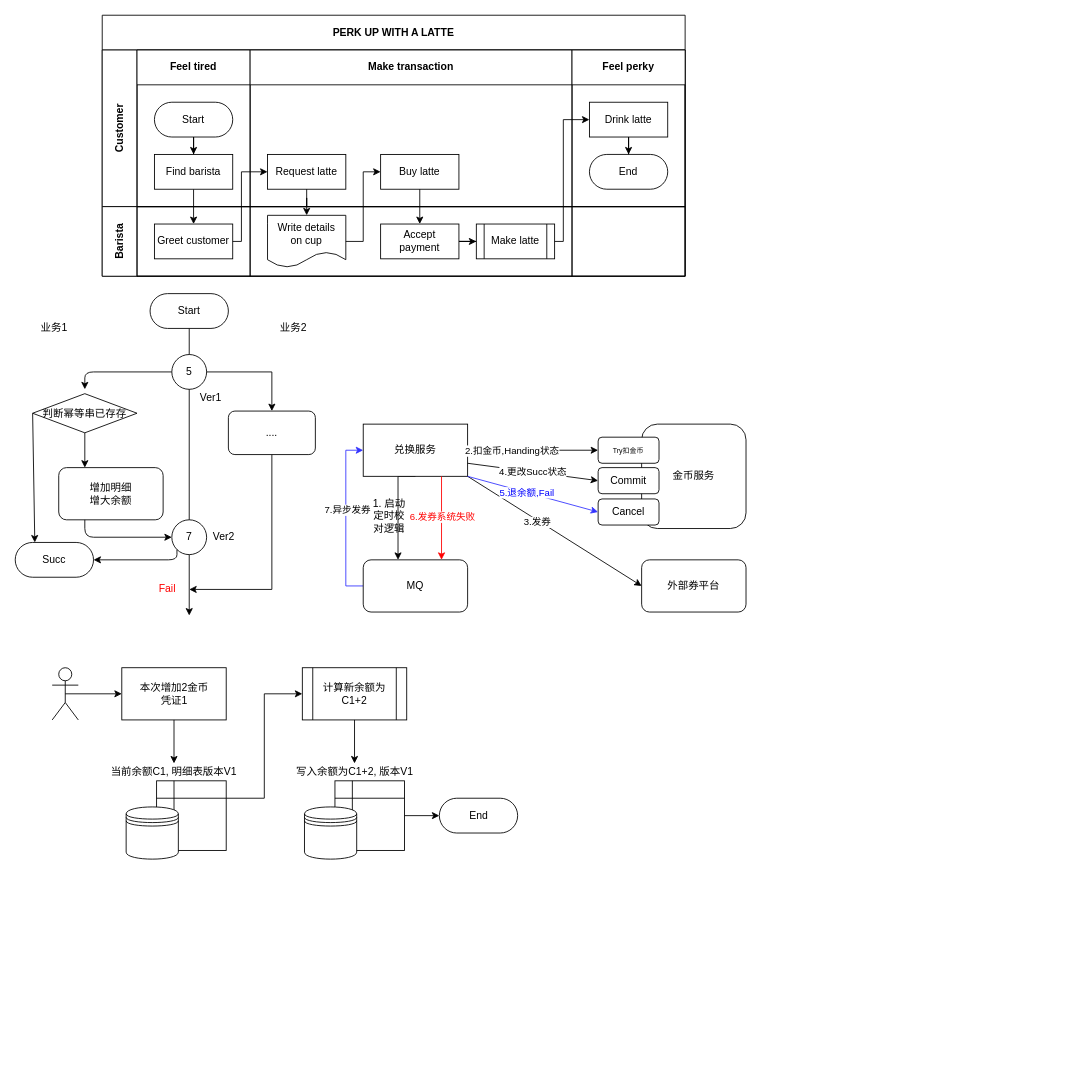
WNTDJMHH/learnNet keeps this draw.io diagram as Untitled Diagram.drawio. Above is the earlier version. Source tidied: cells renumbered, new cells numbered last; positions are measured from the earlier drawing's top-left corner, leaving out a move shared by most shapes. Both pictures are drawn from the tidied source at 87%, with x=0, y=0 at pixel (15, 15).
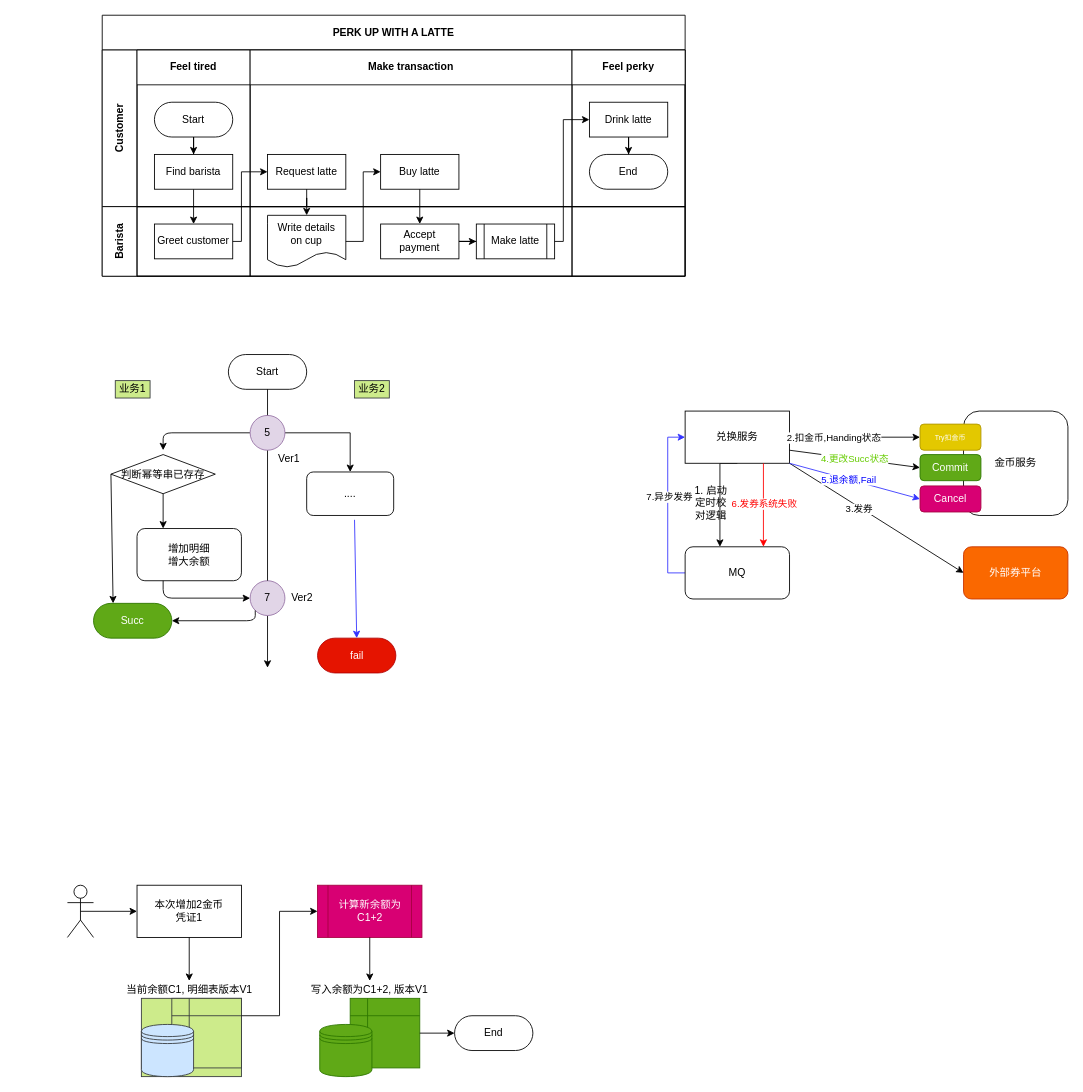
The same page after the edit.

The change refers to these unchanged cells:
```xml
<mxCell id="63" style="group;" parent="62" vertex="1">
  <mxGeometry x="40" y="20" width="115" height="90" as="geometry" />
</mxCell>
```

Diff of the diagram source:
```diff
@@
     <mxCell id="30" style="endArrow=classic;html=1;" parent="1" edge="1" source="40">
       <mxGeometry relative="1" as="geometry">
-        <mxPoint x="200" y="690" as="targetPoint" />
+        <mxPoint x="290" y="750" as="targetPoint" />
       </mxGeometry>
     </mxCell>
@@
     <mxCell id="32" value="Ver1" style="text;html=1;strokeColor=none;fillColor=none;align=center;verticalAlign=middle;whiteSpace=wrap;rounded=0;" parent="1" vertex="1">
-      <mxGeometry x="205" y="430" width="40" height="20" as="geometry" />
+      <mxGeometry x="295" y="500" width="40" height="20" as="geometry" />
     </mxCell>
     <mxCell id="33" value="Ver2" style="text;html=1;strokeColor=none;fillColor=none;align=center;verticalAlign=middle;whiteSpace=wrap;rounded=0;" parent="1" vertex="1">
-      <mxGeometry x="220" y="590" width="40" height="20" as="geometry" />
+      <mxGeometry x="310" y="660" width="40" height="20" as="geometry" />
     </mxCell>
-    <mxCell id="34" style="edgeStyle=orthogonalEdgeStyle;rounded=0;jettySize=auto;html=1;exitX=0.5;exitY=1;exitDx=0;exitDy=0;" parent="1" edge="1" source="35">
-      <mxGeometry relative="1" as="geometry">
-        <mxPoint x="200" y="660" as="targetPoint" />
-        <Array as="points">
-          <mxPoint x="295" y="660" />
-        </Array>
-      </mxGeometry>
-    </mxCell>
     <mxCell id="35" value="...." style="rounded=1;whiteSpace=wrap;html=1;" parent="1" vertex="1">
-      <mxGeometry x="245" y="455" width="100" height="50" as="geometry" />
+      <mxGeometry x="335" y="525" width="100" height="50" as="geometry" />
     </mxCell>
     <mxCell id="36" value="判断幂等串已存存" style="rhombus;whiteSpace=wrap;html=1;" parent="1" vertex="1">
-      <mxGeometry x="20" y="435" width="120" height="45" as="geometry" />
+      <mxGeometry x="110" y="505" width="120" height="45" as="geometry" />
     </mxCell>
-    <mxCell id="37" value="Succ" style="rounded=1;whiteSpace=wrap;html=1;arcSize=50;" parent="1" vertex="1">
-      <mxGeometry y="606" width="90" height="40" as="geometry" />
+    <mxCell id="37" value="Succ" style="rounded=1;whiteSpace=wrap;html=1;arcSize=50;fillColor=#60a917;strokeColor=#2D7600;fontColor=#ffffff;" parent="1" vertex="1">
+      <mxGeometry x="90" y="676" width="90" height="40" as="geometry" />
     </mxCell>
     <mxCell id="38" value="增加明细&lt;br&gt;增大余额" style="rounded=1;whiteSpace=wrap;html=1;" parent="1" vertex="1">
-      <mxGeometry x="50" y="520" width="120" height="60" as="geometry" />
+      <mxGeometry x="140" y="590" width="120" height="60" as="geometry" />
     </mxCell>
     <mxCell id="39" style="endArrow=classic;html=1;exitX=0;exitY=0.5;exitDx=0;exitDy=0;" parent="1" edge="1" source="46">
       <mxGeometry relative="1" as="geometry">
-        <mxPoint x="80" y="430" as="targetPoint" />
+        <mxPoint x="170" y="500" as="targetPoint" />
         <Array as="points">
-          <mxPoint x="80" y="410" />
+          <mxPoint x="170" y="480" />
         </Array>
       </mxGeometry>
     </mxCell>
-    <mxCell id="40" value="7" style="ellipse;whiteSpace=wrap;html=1;direction=west;" parent="1" vertex="1">
-      <mxGeometry x="180" y="580" width="40" height="40" as="geometry" />
+    <mxCell id="40" value="7" style="ellipse;whiteSpace=wrap;html=1;direction=west;fillColor=#e1d5e7;strokeColor=#9673a6;" parent="1" vertex="1">
+      <mxGeometry x="270" y="650" width="40" height="40" as="geometry" />
     </mxCell>
     <mxCell id="41" style="endArrow=none;html=1;endFill=0;" parent="1" edge="1" target="40">
       <mxGeometry relative="1" as="geometry">
-        <mxPoint x="200" y="340" as="sourcePoint" />
+        <mxPoint x="290" y="410" as="sourcePoint" />
       </mxGeometry>
     </mxCell>
@@
     <mxCell id="43" style="endArrow=classic;html=1;entryX=1;entryY=0.5;entryDx=0;entryDy=0;" parent="1" edge="1" target="40">
       <mxGeometry relative="1" as="geometry">
-        <mxPoint x="80" y="580" as="sourcePoint" />
+        <mxPoint x="170" y="650" as="sourcePoint" />
         <Array as="points">
-          <mxPoint x="80" y="600" />
+          <mxPoint x="170" y="670" />
         </Array>
       </mxGeometry>
     </mxCell>
@@
     <mxCell id="45" value="Start" style="rounded=1;whiteSpace=wrap;html=1;arcSize=50;" parent="1" vertex="1">
-      <mxGeometry x="155" y="320" width="90" height="40" as="geometry" />
+      <mxGeometry x="245" y="390" width="90" height="40" as="geometry" />
     </mxCell>
-    <mxCell id="46" value="5" style="ellipse;whiteSpace=wrap;html=1;" parent="1" vertex="1">
-      <mxGeometry x="180" y="390" width="40" height="40" as="geometry" />
+    <mxCell id="46" value="5" style="ellipse;whiteSpace=wrap;html=1;fillColor=#e1d5e7;strokeColor=#9673a6;" parent="1" vertex="1">
+      <mxGeometry x="270" y="460" width="40" height="40" as="geometry" />
     </mxCell>
-    <mxCell id="47" value="业务1" style="text;html=1;strokeColor=none;fillColor=none;align=center;verticalAlign=middle;whiteSpace=wrap;rounded=0;" parent="1" vertex="1">
-      <mxGeometry x="25" y="350" width="40" height="20" as="geometry" />
+    <mxCell id="47" value="业务1" style="text;html=1;strokeColor=#36393d;fillColor=#cdeb8b;align=center;verticalAlign=middle;whiteSpace=wrap;rounded=0;" parent="1" vertex="1">
+      <mxGeometry x="115" y="420" width="40" height="20" as="geometry" />
     </mxCell>
-    <mxCell id="48" value="业务2" style="text;html=1;strokeColor=none;fillColor=none;align=center;verticalAlign=middle;whiteSpace=wrap;rounded=0;" parent="1" vertex="1">
-      <mxGeometry x="300" y="350" width="40" height="20" as="geometry" />
+    <mxCell id="48" value="业务2" style="text;html=1;strokeColor=#36393d;fillColor=#cdeb8b;align=center;verticalAlign=middle;whiteSpace=wrap;rounded=0;" parent="1" vertex="1">
+      <mxGeometry x="390" y="420" width="40" height="20" as="geometry" />
     </mxCell>
-    <mxCell id="49" value="&lt;font color=&quot;#ff0000&quot;&gt;Fail&lt;/font&gt;" style="text;html=1;strokeColor=none;fillColor=none;align=center;verticalAlign=middle;whiteSpace=wrap;rounded=0;" parent="1" vertex="1">
-      <mxGeometry x="155" y="650" width="40" height="20" as="geometry" />
-    </mxCell>
     <mxCell id="50" style="endArrow=classic;html=1;exitX=1;exitY=0;exitDx=0;exitDy=0;entryX=1;entryY=0.5;entryDx=0;entryDy=0;" parent="1" edge="1" source="40" target="37">
       <mxGeometry relative="1" as="geometry">
         <Array as="points">
-          <mxPoint x="186" y="626" />
+          <mxPoint x="276" y="696" />
         </Array>
       </mxGeometry>
     </mxCell>
     <mxCell id="51" style="shape=umlActor;verticalLabelPosition=bottom;verticalAlign=top;html=1;outlineConnect=0;" parent="1" vertex="1">
-      <mxGeometry x="42.5" y="750" width="30" height="60" as="geometry" />
+      <mxGeometry x="60" y="1000" width="30" height="60" as="geometry" />
     </mxCell>
     <mxCell id="52" value="本次增加2金币&lt;br&gt;凭证1" style="rounded=0;whiteSpace=wrap;html=1;" parent="1" vertex="1">
-      <mxGeometry x="122.5" y="750" width="120" height="60" as="geometry" />
+      <mxGeometry x="140" y="1000" width="120" height="60" as="geometry" />
     </mxCell>
-    <mxCell id="53" value="计算新余额为C1+2" style="shape=process;whiteSpace=wrap;html=1;backgroundOutline=1;" parent="1" vertex="1">
-      <mxGeometry x="330" y="750" width="120" height="60" as="geometry" />
+    <mxCell id="53" value="计算新余额为C1+2" style="shape=process;whiteSpace=wrap;html=1;backgroundOutline=1;fillColor=#d80073;strokeColor=#A50040;fontColor=#ffffff;" parent="1" vertex="1">
+      <mxGeometry x="347.5" y="1000" width="120" height="60" as="geometry" />
     </mxCell>
     <mxCell id="54" value="End" style="rounded=1;whiteSpace=wrap;html=1;arcSize=50;" parent="1" vertex="1">
-      <mxGeometry x="487.5" y="900" width="90" height="40" as="geometry" />
+      <mxGeometry x="505" y="1150" width="90" height="40" as="geometry" />
     </mxCell>
@@
     <mxCell id="57" style="group;" parent="1" vertex="1">
-      <mxGeometry x="85" y="860" width="195" height="110" as="geometry" />
+      <mxGeometry x="102.5" y="1110" width="195" height="110" as="geometry" />
     </mxCell>
-    <mxCell id="58" style="group;" parent="57" vertex="1">
+    <mxCell id="58" style="group;fillColor=#cdeb8b;strokeColor=#36393d;" parent="57" vertex="1">
       <mxGeometry x="42.5" y="20" width="115" height="90" as="geometry" />
     </mxCell>
-    <mxCell id="59" style="shape=internalStorage;whiteSpace=wrap;html=1;backgroundOutline=1;" parent="58" vertex="1">
+    <mxCell id="59" style="shape=internalStorage;whiteSpace=wrap;html=1;backgroundOutline=1;fillColor=#cdeb8b;strokeColor=#36393d;" parent="58" vertex="1">
       <mxGeometry x="35" width="80" height="80" as="geometry" />
     </mxCell>
-    <mxCell id="60" style="shape=datastore;whiteSpace=wrap;html=1;" parent="58" vertex="1">
+    <mxCell id="60" style="shape=datastore;whiteSpace=wrap;html=1;fillColor=#cce5ff;strokeColor=#36393d;" parent="58" vertex="1">
       <mxGeometry y="30" width="60" height="60" as="geometry" />
     </mxCell>
@@
     <mxCell id="62" style="group;" parent="1" vertex="1">
-      <mxGeometry x="292.5" y="860" width="195" height="110" as="geometry" />
+      <mxGeometry x="310" y="1110" width="195" height="110" as="geometry" />
     </mxCell>
@@
-    <mxCell id="64" style="shape=internalStorage;whiteSpace=wrap;html=1;backgroundOutline=1;" parent="63" vertex="1">
+    <mxCell id="64" style="shape=internalStorage;whiteSpace=wrap;html=1;backgroundOutline=1;fillColor=#60a917;strokeColor=#2D7600;fontColor=#ffffff;" parent="63" vertex="1">
       <mxGeometry x="35" width="80" height="80" as="geometry" />
     </mxCell>
-    <mxCell id="65" style="shape=datastore;whiteSpace=wrap;html=1;" parent="63" vertex="1">
+    <mxCell id="65" style="shape=datastore;whiteSpace=wrap;html=1;fillColor=#60a917;strokeColor=#2D7600;fontColor=#ffffff;" parent="63" vertex="1">
       <mxGeometry y="30" width="60" height="60" as="geometry" />
     </mxCell>
@@
     <mxCell id="70" value="金币服务" style="rounded=1;whiteSpace=wrap;html=1;" parent="1" vertex="1">
-      <mxGeometry x="720" y="470" width="120" height="120" as="geometry" />
+      <mxGeometry x="1090" y="455" width="120" height="120" as="geometry" />
     </mxCell>
-    <mxCell id="71" value="外部券平台" style="rounded=1;whiteSpace=wrap;html=1;" parent="1" vertex="1">
-      <mxGeometry x="720" y="626" width="120" height="60" as="geometry" />
+    <mxCell id="71" value="外部券平台" style="rounded=1;whiteSpace=wrap;html=1;fillColor=#fa6800;strokeColor=#C73500;fontColor=#ffffff;" parent="1" vertex="1">
+      <mxGeometry x="1090" y="611" width="120" height="60" as="geometry" />
     </mxCell>
-    <mxCell id="72" value="&lt;font style=&quot;font-size: 8px&quot;&gt;Try扣金币&lt;br&gt;&lt;/font&gt;" style="rounded=1;whiteSpace=wrap;html=1;" parent="1" vertex="1">
-      <mxGeometry x="670" y="485" width="70" height="30" as="geometry" />
+    <mxCell id="72" value="&lt;font style=&quot;font-size: 8px&quot;&gt;Try扣金币&lt;br&gt;&lt;/font&gt;" style="rounded=1;whiteSpace=wrap;html=1;fillColor=#e3c800;strokeColor=#B09500;fontColor=#ffffff;" parent="1" vertex="1">
+      <mxGeometry x="1040" y="470" width="70" height="30" as="geometry" />
     </mxCell>
-    <mxCell id="73" value="Commit" style="rounded=1;whiteSpace=wrap;html=1;" parent="1" vertex="1">
-      <mxGeometry x="670" y="520" width="70" height="30" as="geometry" />
+    <mxCell id="73" value="Commit" style="rounded=1;whiteSpace=wrap;html=1;fillColor=#60a917;strokeColor=#2D7600;fontColor=#ffffff;" parent="1" vertex="1">
+      <mxGeometry x="1040" y="505" width="70" height="30" as="geometry" />
     </mxCell>
-    <mxCell id="74" value="Cancel" style="rounded=1;whiteSpace=wrap;html=1;" parent="1" vertex="1">
-      <mxGeometry x="670" y="556" width="70" height="30" as="geometry" />
+    <mxCell id="74" value="Cancel" style="rounded=1;whiteSpace=wrap;html=1;fillColor=#d80073;strokeColor=#A50040;fontColor=#ffffff;" parent="1" vertex="1">
+      <mxGeometry x="1040" y="541" width="70" height="30" as="geometry" />
     </mxCell>
@@
     <mxCell id="77" value="MQ" style="rounded=1;whiteSpace=wrap;html=1;" parent="1" vertex="1">
-      <mxGeometry x="400" y="626" width="120" height="60" as="geometry" />
+      <mxGeometry x="770" y="611" width="120" height="60" as="geometry" />
     </mxCell>
     <mxCell id="78" style="edgeStyle=orthogonalEdgeStyle;rounded=0;jettySize=auto;html=1;exitX=0.5;exitY=1;exitDx=0;exitDy=0;endArrow=classic;endFill=1;" parent="1" edge="1" source="79">
       <mxGeometry relative="1" as="geometry">
-        <mxPoint x="440" y="626" as="targetPoint" />
+        <mxPoint x="810" y="611" as="targetPoint" />
         <Array as="points">
-          <mxPoint x="440" y="530" />
+          <mxPoint x="810" y="515" />
         </Array>
       </mxGeometry>
     </mxCell>
     <mxCell id="79" value="兑换服务" style="rounded=0;whiteSpace=wrap;html=1;" parent="1" vertex="1">
-      <mxGeometry x="400" y="470" width="120" height="60" as="geometry" />
+      <mxGeometry x="770" y="455" width="120" height="60" as="geometry" />
     </mxCell>
     <mxCell id="80" value="1. 启动定时校对逻辑" style="text;html=1;strokeColor=none;fillColor=none;align=center;verticalAlign=middle;whiteSpace=wrap;rounded=0;" parent="1" vertex="1">
-      <mxGeometry x="410" y="566" width="40" height="20" as="geometry" />
+      <mxGeometry x="780" y="551" width="40" height="20" as="geometry" />
     </mxCell>
@@
-    <mxCell id="85" value="4.更改Succ状态" style="endArrow=classic;html=1;entryX=0;entryY=0.5;entryDx=0;entryDy=0;exitX=1;exitY=0.75;exitDx=0;exitDy=0;" parent="1" edge="1" source="79" target="73">
+    <mxCell id="85" value="&lt;font color=&quot;#66cc00&quot;&gt;4.更改Succ状态&lt;/font&gt;" style="endArrow=classic;html=1;entryX=0;entryY=0.5;entryDx=0;entryDy=0;exitX=1;exitY=0.75;exitDx=0;exitDy=0;" parent="1" edge="1" source="79" target="73">
       <mxGeometry relative="1" as="geometry" />
     </mxCell>
@@
     <mxCell id="88" style="endArrow=classic;html=1;entryX=0;entryY=0.5;entryDx=0;entryDy=0;strokeColor=#3333FF;" parent="1" edge="1" target="74">
       <mxGeometry relative="1" as="geometry">
-        <mxPoint x="520" y="530" as="sourcePoint" />
+        <mxPoint x="890" y="515" as="sourcePoint" />
       </mxGeometry>
     </mxCell>
@@
+    <mxCell id="90" value="fail" style="rounded=1;whiteSpace=wrap;html=1;arcSize=50;fillColor=#e51400;strokeColor=#B20000;fontColor=#ffffff;" parent="1" vertex="1">
+      <mxGeometry x="347.5" y="716" width="90" height="40" as="geometry" />
+    </mxCell>
+    <mxCell id="91" style="endArrow=classic;html=1;strokeColor=#3333FF;entryX=0.5;entryY=0;entryDx=0;entryDy=0;" parent="1" edge="1" target="90">
+      <mxGeometry relative="1" as="geometry">
+        <mxPoint x="390" y="580" as="sourcePoint" />
+      </mxGeometry>
+    </mxCell>
```
